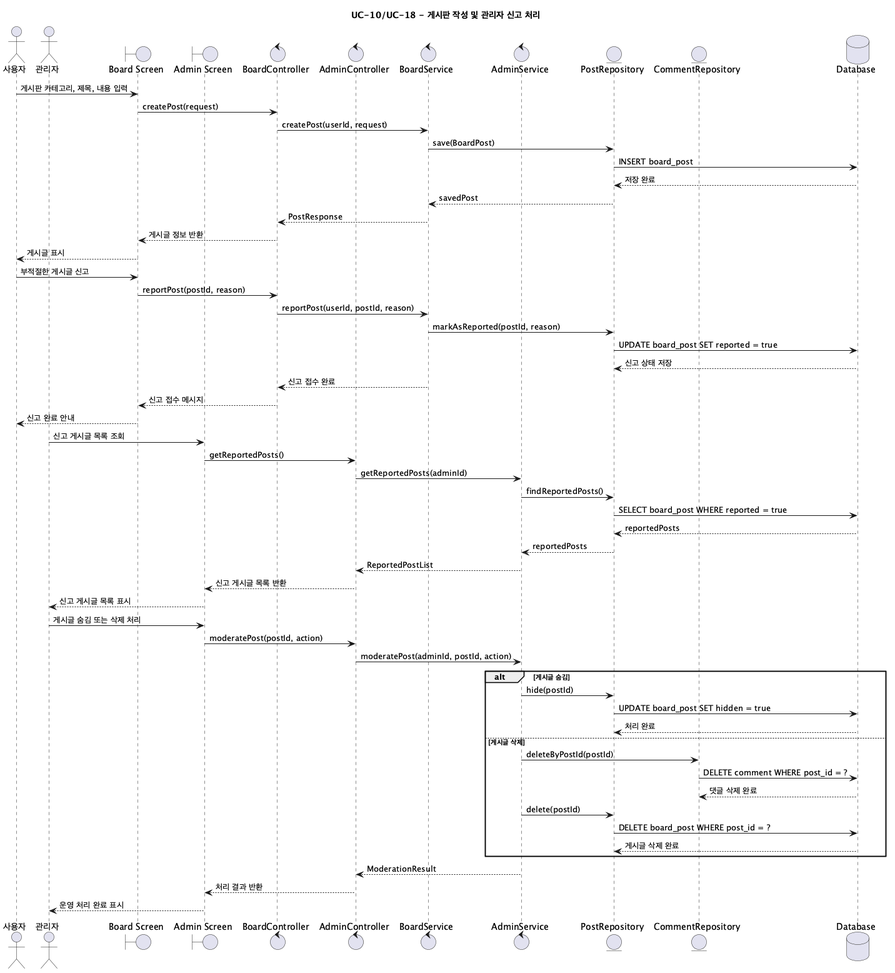
The PlantUML diagram screenshots/sequence-diagram/UC10-18_BoardAndAdmin.png in jeongiryang/SoftwareEngineering_team15_project_-Smart-Edu-Platform, before a commit.
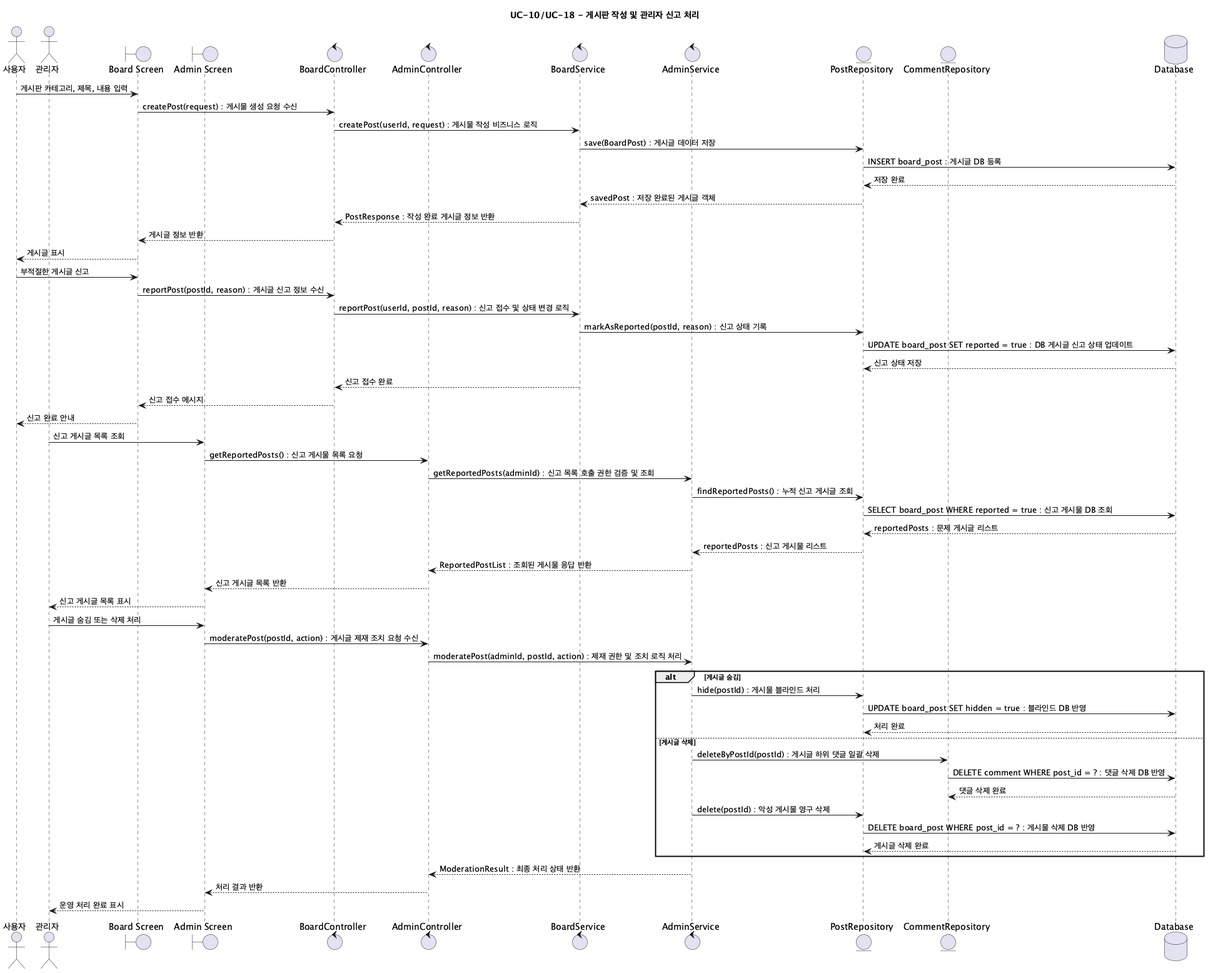
The same diagram one commit later.

Diff of the diagram source:
```diff
@@ -14,55 +14,55 @@
 database "Database" as DB
 
 User -> BoardUI: 게시판 카테고리, 제목, 내용 입력
-BoardUI -> BoardController: createPost(request)
-BoardController -> BoardService: createPost(userId, request)
-BoardService -> PostRepository: save(BoardPost)
-PostRepository -> DB: INSERT board_post
+BoardUI -> BoardController: createPost(request) : 게시물 생성 요청 수신
+BoardController -> BoardService: createPost(userId, request) : 게시물 작성 비즈니스 로직
+BoardService -> PostRepository: save(BoardPost) : 게시글 데이터 저장
+PostRepository -> DB: INSERT board_post : 게시글 DB 등록
 DB --> PostRepository: 저장 완료
-PostRepository --> BoardService: savedPost
-BoardService --> BoardController: PostResponse
+PostRepository --> BoardService: savedPost : 저장 완료된 게시글 객체
+BoardService --> BoardController: PostResponse : 작성 완료 게시글 정보 반환
 BoardController --> BoardUI: 게시글 정보 반환
 BoardUI --> User: 게시글 표시
 
 User -> BoardUI: 부적절한 게시글 신고
-BoardUI -> BoardController: reportPost(postId, reason)
-BoardController -> BoardService: reportPost(userId, postId, reason)
-BoardService -> PostRepository: markAsReported(postId, reason)
-PostRepository -> DB: UPDATE board_post SET reported = true
+BoardUI -> BoardController: reportPost(postId, reason) : 게시글 신고 정보 수신
+BoardController -> BoardService: reportPost(userId, postId, reason) : 신고 접수 및 상태 변경 로직
+BoardService -> PostRepository: markAsReported(postId, reason) : 신고 상태 기록
+PostRepository -> DB: UPDATE board_post SET reported = true : DB 게시글 신고 상태 업데이트
 DB --> PostRepository: 신고 상태 저장
 BoardService --> BoardController: 신고 접수 완료
 BoardController --> BoardUI: 신고 접수 메시지
 BoardUI --> User: 신고 완료 안내
 
 Admin -> AdminUI: 신고 게시글 목록 조회
-AdminUI -> AdminController: getReportedPosts()
-AdminController -> AdminService: getReportedPosts(adminId)
-AdminService -> PostRepository: findReportedPosts()
-PostRepository -> DB: SELECT board_post WHERE reported = true
-DB --> PostRepository: reportedPosts
-PostRepository --> AdminService: reportedPosts
-AdminService --> AdminController: ReportedPostList
+AdminUI -> AdminController: getReportedPosts() : 신고 게시물 목록 요청
+AdminController -> AdminService: getReportedPosts(adminId) : 신고 목록 호출 권한 검증 및 조회
+AdminService -> PostRepository: findReportedPosts() : 누적 신고 게시글 조회
+PostRepository -> DB: SELECT board_post WHERE reported = true : 신고 게시물 DB 조회
+DB --> PostRepository: reportedPosts : 문제 게시글 리스트
+PostRepository --> AdminService: reportedPosts : 신고 게시물 리스트
+AdminService --> AdminController: ReportedPostList : 조회된 게시물 응답 반환
 AdminController --> AdminUI: 신고 게시글 목록 반환
 AdminUI --> Admin: 신고 게시글 목록 표시
 
 Admin -> AdminUI: 게시글 숨김 또는 삭제 처리
-AdminUI -> AdminController: moderatePost(postId, action)
-AdminController -> AdminService: moderatePost(adminId, postId, action)
+AdminUI -> AdminController: moderatePost(postId, action) : 게시글 제재 조치 요청 수신
+AdminController -> AdminService: moderatePost(adminId, postId, action) : 제재 권한 및 조치 로직 처리
 
 alt 게시글 숨김
-  AdminService -> PostRepository: hide(postId)
-  PostRepository -> DB: UPDATE board_post SET hidden = true
+  AdminService -> PostRepository: hide(postId) : 게시물 블라인드 처리
+  PostRepository -> DB: UPDATE board_post SET hidden = true : 블라인드 DB 반영
   DB --> PostRepository: 처리 완료
 else 게시글 삭제
-  AdminService -> CommentRepository: deleteByPostId(postId)
-  CommentRepository -> DB: DELETE comment WHERE post_id = ?
+  AdminService -> CommentRepository: deleteByPostId(postId) : 게시글 하위 댓글 일괄 삭제
+  CommentRepository -> DB: DELETE comment WHERE post_id = ? : 댓글 삭제 DB 반영
   DB --> CommentRepository: 댓글 삭제 완료
-  AdminService -> PostRepository: delete(postId)
-  PostRepository -> DB: DELETE board_post WHERE post_id = ?
+  AdminService -> PostRepository: delete(postId) : 악성 게시물 영구 삭제
+  PostRepository -> DB: DELETE board_post WHERE post_id = ? : 게시물 삭제 DB 반영
   DB --> PostRepository: 게시글 삭제 완료
 end
 
-AdminService --> AdminController: ModerationResult
+AdminService --> AdminController: ModerationResult : 최종 처리 상태 반환
 AdminController --> AdminUI: 처리 결과 반환
 AdminUI --> Admin: 운영 처리 완료 표시
 
```
